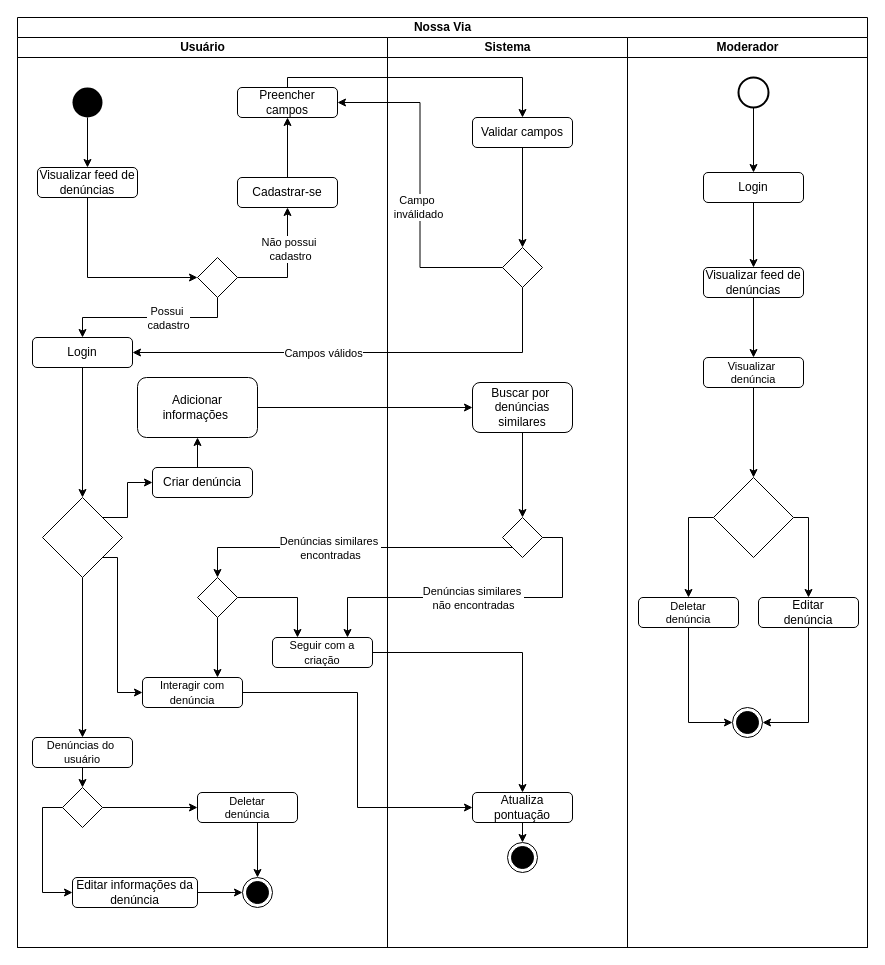
This is Documentação/Diagramas/Diagrama de Atividades.drawio from frsouzaa/Documentacao-TCC-NossaVia, a draw.io file, before an edit. Source tidied: cells renumbered, new cells numbered last; positions are measured from the earlier drawing's top-left corner, leaving out a move shared by most shapes. Both pictures are drawn from the tidied source at 100%, with x=0, y=0 at pixel (17, 17).
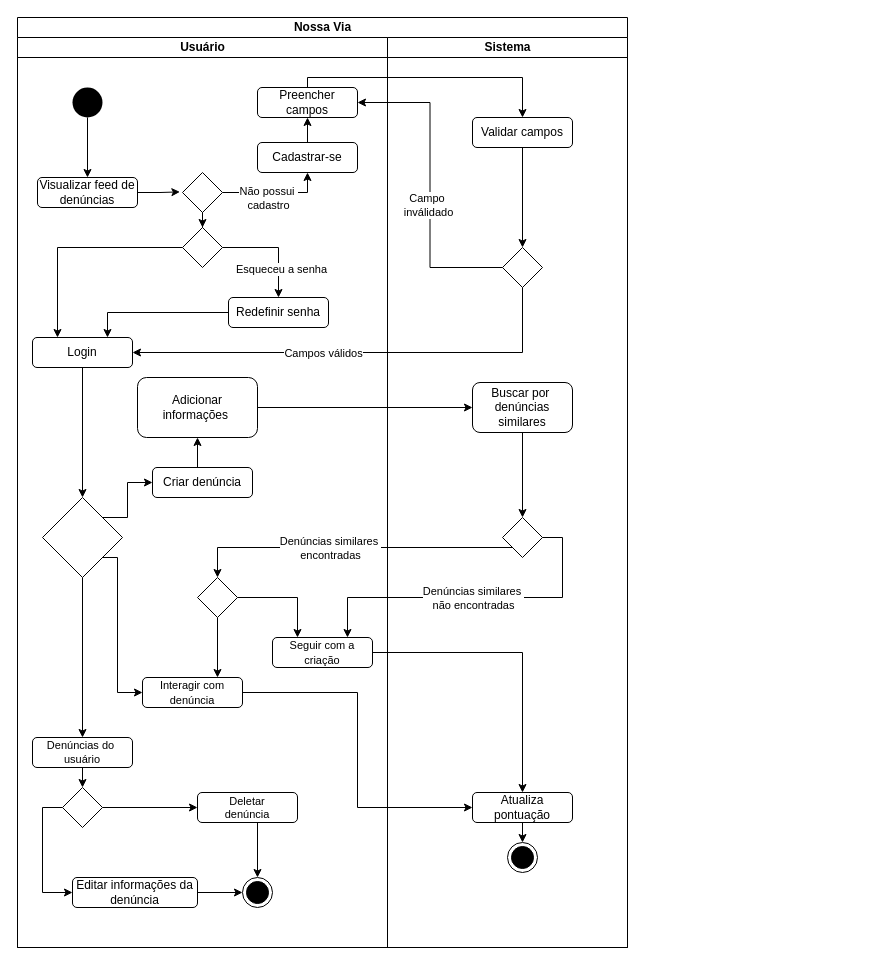
The same diagram, later.

Commit message (it also covers changes not shown here):
ajusta diagrama de atividades

The change refers to these unchanged cells:
```xml
<mxCell id="3" value="Usuário" style="swimlane;startSize=20;html=1;" parent="2" vertex="1">
  <mxGeometry y="20" width="370" height="910" as="geometry" />
</mxCell>
<mxCell id="12" value="Login" style="rounded=1;whiteSpace=wrap;html=1;" parent="3" vertex="1">
  <mxGeometry x="15" y="300" width="100" height="30" as="geometry" />
</mxCell>
<mxCell id="14" style="edgeStyle=orthogonalEdgeStyle;rounded=0;jettySize=auto;html=1;entryX=0.5;entryY=1;entryDx=0;entryDy=0;exitX=1;exitY=0.5;exitDx=0;exitDy=0;" parent="3" edge="1" source="16" target="7">
  <mxGeometry relative="1" as="geometry" />
</mxCell>
<mxCell id="42" value="Validar campos" style="rounded=1;whiteSpace=wrap;html=1;" parent="40" vertex="1">
  <mxGeometry x="85" y="80" width="100" height="30" as="geometry" />
</mxCell>
```

The edit, as a diff of the source:
```diff
@@
     <mxCell id="2" value="Nossa Via" style="swimlane;startSize=20;html=1;" parent="1" vertex="1">
-      <mxGeometry width="850" height="930" as="geometry" />
+      <mxGeometry width="610" height="930" as="geometry" />
     </mxCell>
@@
     <mxCell id="7" value="Cadastrar-se" style="rounded=1;whiteSpace=wrap;html=1;" parent="3" vertex="1">
-      <mxGeometry x="220" y="140" width="100" height="30" as="geometry" />
+      <mxGeometry x="240" y="105" width="100" height="30" as="geometry" />
     </mxCell>
     <mxCell id="8" value="Preencher campos" style="rounded=1;whiteSpace=wrap;html=1;" parent="3" vertex="1">
-      <mxGeometry x="220" y="50" width="100" height="30" as="geometry" />
+      <mxGeometry x="240" y="50" width="100" height="30" as="geometry" />
     </mxCell>
-    <mxCell id="9" style="edgeStyle=orthogonalEdgeStyle;rounded=0;jettySize=auto;html=1;exitX=0.5;exitY=1;exitDx=0;exitDy=0;entryX=0;entryY=0.5;entryDx=0;entryDy=0;" parent="3" edge="1" source="10" target="16">
-      <mxGeometry relative="1" as="geometry">
-        <Array as="points">
-          <mxPoint x="70" y="240" />
-        </Array>
-      </mxGeometry>
-    </mxCell>
     <mxCell id="10" value="Visualizar feed de denúncias" style="rounded=1;whiteSpace=wrap;html=1;" parent="3" vertex="1">
-      <mxGeometry x="20" y="130" width="100" height="30" as="geometry" />
+      <mxGeometry x="20" y="140" width="100" height="30" as="geometry" />
     </mxCell>
@@
-    <mxCell id="13" style="edgeStyle=orthogonalEdgeStyle;rounded=0;jettySize=auto;html=1;exitX=0.5;exitY=1;exitDx=0;exitDy=0;" parent="3" edge="1" source="16" target="12">
-      <mxGeometry relative="1" as="geometry" />
-    </mxCell>
@@
     <mxCell id="15" value="Não possui&amp;nbsp;&lt;div&gt;cadastro&lt;/div&gt;" style="edgeLabel;html=1;align=center;verticalAlign=middle;" parent="14" vertex="1">
-      <mxGeometry x="0.31" y="-2" relative="1" as="geometry" />
+      <mxGeometry x="0.31" y="-2" relative="1" as="geometry">
+        <mxPoint x="-24" y="3" as="offset" />
+      </mxGeometry>
     </mxCell>
+    <mxCell id="79" style="edgeStyle=orthogonalEdgeStyle;rounded=0;jettySize=auto;html=1;entryX=0.5;entryY=0;entryDx=0;entryDy=0;" parent="3" edge="1" source="16" target="82">
+      <mxGeometry relative="1" as="geometry" />
+    </mxCell>
     <mxCell id="16" style="rhombus;whiteSpace=wrap;html=1;" parent="3" vertex="1">
-      <mxGeometry x="180" y="220" width="40" height="40" as="geometry" />
+      <mxGeometry x="165" y="135" width="40" height="40" as="geometry" />
     </mxCell>
-    <mxCell id="17" value="Possui&amp;nbsp;&lt;div&gt;cadastro&lt;/div&gt;" style="edgeLabel;html=1;align=center;verticalAlign=middle;" parent="3" vertex="1">
-      <mxGeometry x="210" y="190" as="geometry">
-        <mxPoint x="-60" y="90" as="offset" />
-      </mxGeometry>
-    </mxCell>
@@
+    <mxCell id="9" style="edgeStyle=orthogonalEdgeStyle;rounded=0;jettySize=auto;html=1;entryX=-0.065;entryY=0.485;entryDx=0;entryDy=0;entryPerimeter=0;" parent="3" edge="1" source="10" target="16">
+      <mxGeometry relative="1" as="geometry" />
+    </mxCell>
+    <mxCell id="80" style="edgeStyle=orthogonalEdgeStyle;rounded=0;jettySize=auto;html=1;entryX=0.25;entryY=0;entryDx=0;entryDy=0;" parent="3" edge="1" source="82" target="12">
+      <mxGeometry relative="1" as="geometry" />
+    </mxCell>
+    <mxCell id="81" style="edgeStyle=orthogonalEdgeStyle;rounded=0;jettySize=auto;html=1;entryX=0.5;entryY=0;entryDx=0;entryDy=0;" parent="3" edge="1" source="82" target="84">
+      <mxGeometry relative="1" as="geometry" />
+    </mxCell>
+    <mxCell id="82" style="rhombus;whiteSpace=wrap;html=1;" parent="3" vertex="1">
+      <mxGeometry x="165" y="190" width="40" height="40" as="geometry" />
+    </mxCell>
+    <mxCell id="83" style="edgeStyle=orthogonalEdgeStyle;rounded=0;jettySize=auto;html=1;entryX=0.75;entryY=0;entryDx=0;entryDy=0;" parent="3" edge="1" source="84" target="12">
+      <mxGeometry relative="1" as="geometry" />
+    </mxCell>
+    <mxCell id="84" value="Redefinir senha" style="rounded=1;whiteSpace=wrap;html=1;" parent="3" vertex="1">
+      <mxGeometry x="211" y="260" width="100" height="30" as="geometry" />
+    </mxCell>
+    <mxCell id="85" value="Esqueceu a senha" style="edgeLabel;html=1;align=center;verticalAlign=middle;" parent="3" vertex="1">
+      <mxGeometry x="261" y="240" as="geometry">
+        <mxPoint x="2" y="-9" as="offset" />
+      </mxGeometry>
+    </mxCell>
@@
-    <mxCell id="50" value="Moderador" style="swimlane;startSize=20;html=1;" parent="2" vertex="1">
-      <mxGeometry x="610" y="20" width="240" height="910" as="geometry" />
-    </mxCell>
-    <mxCell id="51" style="edgeStyle=orthogonalEdgeStyle;rounded=0;jettySize=auto;html=1;exitX=0.5;exitY=1;exitDx=0;exitDy=0;exitPerimeter=0;" parent="50" edge="1" source="52" target="54">
-      <mxGeometry relative="1" as="geometry" />
-    </mxCell>
-    <mxCell id="52" style="strokeWidth=2;html=1;shape=mxgraph.flowchart.start_2;whiteSpace=wrap;" parent="50" vertex="1">
-      <mxGeometry x="111" y="40" width="30" height="30" as="geometry" />
-    </mxCell>
-    <mxCell id="53" style="edgeStyle=orthogonalEdgeStyle;rounded=0;jettySize=auto;html=1;exitX=0.5;exitY=1;exitDx=0;exitDy=0;entryX=0.5;entryY=0;entryDx=0;entryDy=0;" parent="50" edge="1" source="54" target="56">
-      <mxGeometry relative="1" as="geometry" />
-    </mxCell>
-    <mxCell id="54" value="Login" style="rounded=1;whiteSpace=wrap;html=1;" parent="50" vertex="1">
-      <mxGeometry x="76" y="135" width="100" height="30" as="geometry" />
-    </mxCell>
-    <mxCell id="55" style="edgeStyle=orthogonalEdgeStyle;rounded=0;jettySize=auto;html=1;exitX=0.5;exitY=1;exitDx=0;exitDy=0;" parent="50" edge="1" source="56" target="58">
-      <mxGeometry relative="1" as="geometry" />
-    </mxCell>
-    <mxCell id="56" value="Visualizar feed de denúncias" style="rounded=1;whiteSpace=wrap;html=1;" parent="50" vertex="1">
-      <mxGeometry x="76" y="230" width="100" height="30" as="geometry" />
-    </mxCell>
-    <mxCell id="57" style="edgeStyle=orthogonalEdgeStyle;rounded=0;jettySize=auto;html=1;exitX=0.5;exitY=1;exitDx=0;exitDy=0;entryX=0.5;entryY=0;entryDx=0;entryDy=0;" parent="50" edge="1" source="58" target="66">
-      <mxGeometry relative="1" as="geometry" />
-    </mxCell>
-    <mxCell id="58" value="&lt;font style=&quot;font-size: 11px;&quot;&gt;Visualizar&amp;nbsp;&lt;/font&gt;&lt;div style=&quot;font-size: 11px;&quot;&gt;&lt;span style=&quot;text-wrap: nowrap;&quot;&gt;&lt;font style=&quot;font-size: 11px;&quot;&gt;denúncia&lt;/font&gt;&lt;/span&gt;&lt;/div&gt;" style="rounded=1;whiteSpace=wrap;html=1;" parent="50" vertex="1">
-      <mxGeometry x="76" y="320" width="100" height="30" as="geometry" />
-    </mxCell>
-    <mxCell id="59" style="edgeStyle=orthogonalEdgeStyle;rounded=0;jettySize=auto;html=1;entryX=0;entryY=0.5;entryDx=0;entryDy=0;" parent="50" edge="1" source="60" target="63">
-      <mxGeometry relative="1" as="geometry" />
-    </mxCell>
-    <mxCell id="60" value="&lt;font style=&quot;font-size: 11px;&quot;&gt;Deletar&lt;/font&gt;&lt;div style=&quot;font-size: 11px;&quot;&gt;&lt;span style=&quot;text-wrap: nowrap;&quot;&gt;&lt;font style=&quot;font-size: 11px;&quot;&gt;denúncia&lt;/font&gt;&lt;/span&gt;&lt;br&gt;&lt;/div&gt;" style="rounded=1;whiteSpace=wrap;html=1;" parent="50" vertex="1">
-      <mxGeometry x="11" y="560" width="100" height="30" as="geometry" />
-    </mxCell>
-    <mxCell id="61" style="edgeStyle=orthogonalEdgeStyle;rounded=0;jettySize=auto;html=1;entryX=1;entryY=0.5;entryDx=0;entryDy=0;" parent="50" edge="1" source="62" target="63">
-      <mxGeometry relative="1" as="geometry" />
-    </mxCell>
-    <mxCell id="62" value="Editar&lt;div&gt;&lt;span style=&quot;text-wrap: nowrap;&quot;&gt;denúncia&lt;/span&gt;&lt;br&gt;&lt;/div&gt;" style="rounded=1;whiteSpace=wrap;html=1;" parent="50" vertex="1">
-      <mxGeometry x="131" y="560" width="100" height="30" as="geometry" />
-    </mxCell>
-    <mxCell id="63" style="ellipse;html=1;shape=endState;fillColor=#000000;strokeColor=#000000;" parent="50" vertex="1">
-      <mxGeometry x="105" y="670" width="30" height="30" as="geometry" />
-    </mxCell>
-    <mxCell id="64" style="edgeStyle=orthogonalEdgeStyle;rounded=0;jettySize=auto;html=1;exitX=1;exitY=0.5;exitDx=0;exitDy=0;entryX=0.5;entryY=0;entryDx=0;entryDy=0;" parent="50" edge="1" source="66" target="62">
-      <mxGeometry relative="1" as="geometry">
-        <Array as="points">
-          <mxPoint x="181" y="480" />
-        </Array>
-      </mxGeometry>
-    </mxCell>
-    <mxCell id="65" style="edgeStyle=orthogonalEdgeStyle;rounded=0;jettySize=auto;html=1;entryX=0.5;entryY=0;entryDx=0;entryDy=0;" parent="50" edge="1" source="66" target="60">
-      <mxGeometry relative="1" as="geometry">
-        <Array as="points">
-          <mxPoint x="61" y="480" />
-        </Array>
-      </mxGeometry>
-    </mxCell>
-    <mxCell id="66" style="rhombus;whiteSpace=wrap;html=1;" parent="50" vertex="1">
-      <mxGeometry x="86" y="440" width="80" height="80" as="geometry" />
-    </mxCell>
@@
     <mxCell id="72" style="edgeStyle=orthogonalEdgeStyle;rounded=0;jettySize=auto;html=1;entryX=0.5;entryY=0;entryDx=0;entryDy=0;" parent="2" edge="1" source="8" target="42">
       <mxGeometry relative="1" as="geometry">
         <Array as="points">
-          <mxPoint x="270" y="60" />
+          <mxPoint x="290" y="60" />
           <mxPoint x="505" y="60" />
         </Array>
       </mxGeometry>
     </mxCell>
```
